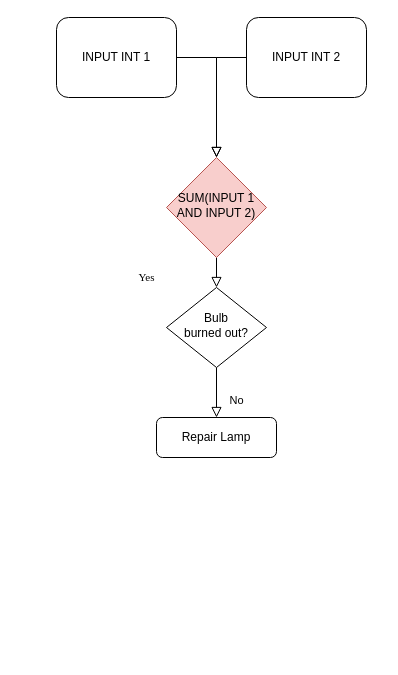
The draw.io diagram Untitled Diagram.drawio in NevercomeG/starts, before the edit. Source tidied: cells renumbered, new cells numbered last; positions are measured from the earlier drawing's top-left corner, leaving out a move shared by most shapes. Both pictures are drawn from the tidied source at 100%, with x=0, y=0 at pixel (56, 17).
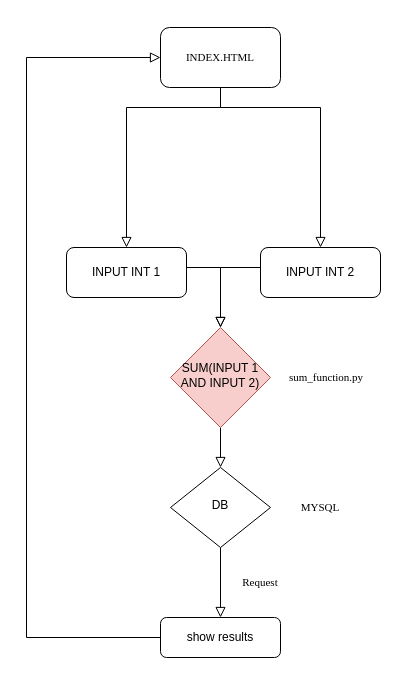
After the change.

The edit, as a diff of the source:
```diff
@@
     <mxCell id="2" style="rounded=0;html=1;jettySize=auto;fontSize=11;endArrow=block;endFill=0;endSize=8;strokeWidth=1;shadow=0;labelBackgroundColor=none;edgeStyle=orthogonalEdgeStyle;" parent="1" edge="1" source="3" target="5">
       <mxGeometry relative="1" as="geometry">
         <Array as="points">
-          <mxPoint x="160" y="110" />
-          <mxPoint x="160" y="110" />
+          <mxPoint x="164" y="250" />
         </Array>
       </mxGeometry>
     </mxCell>
     <mxCell id="3" value="INPUT INT 1" style="rounded=1;whiteSpace=wrap;html=1;fontSize=12;glass=0;strokeWidth=1;shadow=0;" parent="1" vertex="1">
-      <mxGeometry width="120" height="80" as="geometry" />
+      <mxGeometry x="10" y="230" width="120" height="50" as="geometry" />
     </mxCell>
-    <mxCell id="4" value="Yes" style="rounded=0;html=1;jettySize=auto;fontSize=11;endArrow=block;endFill=0;endSize=8;strokeWidth=1;shadow=0;labelBackgroundColor=none;fontFamily=Times New Roman;" parent="1" edge="1" source="5" target="7">
+    <mxCell id="4" style="rounded=0;html=1;jettySize=auto;fontSize=11;endArrow=block;endFill=0;endSize=8;strokeWidth=1;shadow=0;labelBackgroundColor=none;fontFamily=Times New Roman;" parent="1" edge="1" source="5" target="7">
       <mxGeometry x="0.33" y="-70" relative="1" as="geometry" />
     </mxCell>
     <mxCell id="5" value="SUM(INPUT 1 AND INPUT 2)" style="rhombus;whiteSpace=wrap;html=1;shadow=0;fontFamily=Helvetica;fontSize=12;align=center;strokeWidth=1;spacing=6;spacingTop=-4;fillColor=#f8cecc;strokeColor=#b85450;" parent="1" vertex="1">
-      <mxGeometry x="110" y="140" width="100" height="100" as="geometry" />
+      <mxGeometry x="114" y="310" width="100" height="100" as="geometry" />
     </mxCell>
-    <mxCell id="6" value="No" style="rounded=0;html=1;jettySize=auto;fontSize=11;endArrow=block;endFill=0;endSize=8;strokeWidth=1;shadow=0;labelBackgroundColor=none;edgeStyle=orthogonalEdgeStyle;" parent="1" edge="1" source="7" target="8">
+    <mxCell id="6" style="rounded=0;html=1;jettySize=auto;fontSize=11;endArrow=block;endFill=0;endSize=8;strokeWidth=1;shadow=0;labelBackgroundColor=none;edgeStyle=orthogonalEdgeStyle;" parent="1" edge="1" source="7" target="8">
       <mxGeometry x="0.33" y="20" relative="1" as="geometry" />
     </mxCell>
-    <mxCell id="7" value="Bulb&lt;br&gt;burned out?" style="rhombus;whiteSpace=wrap;html=1;shadow=0;fontFamily=Helvetica;fontSize=12;align=center;strokeWidth=1;spacing=6;spacingTop=-4;" parent="1" vertex="1">
-      <mxGeometry x="110" y="270" width="100" height="80" as="geometry" />
+    <mxCell id="7" value="DB" style="rhombus;whiteSpace=wrap;html=1;shadow=0;fontFamily=Helvetica;fontSize=12;align=center;strokeWidth=1;spacing=6;spacingTop=-4;" parent="1" vertex="1">
+      <mxGeometry x="114" y="450" width="100" height="80" as="geometry" />
     </mxCell>
-    <mxCell id="8" value="Repair Lamp" style="rounded=1;whiteSpace=wrap;html=1;fontSize=12;glass=0;strokeWidth=1;shadow=0;" parent="1" vertex="1">
-      <mxGeometry x="100" y="400" width="120" height="40" as="geometry" />
+    <mxCell id="8" value="show results" style="rounded=1;whiteSpace=wrap;html=1;fontSize=12;glass=0;strokeWidth=1;shadow=0;" parent="1" vertex="1">
+      <mxGeometry x="104" y="600" width="120" height="40" as="geometry" />
     </mxCell>
     <mxCell id="9" value="INPUT INT 2" style="rounded=1;whiteSpace=wrap;html=1;fontSize=12;glass=0;strokeWidth=1;shadow=0;" parent="1" vertex="1">
-      <mxGeometry x="190" width="120" height="80" as="geometry" />
+      <mxGeometry x="204" y="230" width="120" height="50" as="geometry" />
     </mxCell>
     <mxCell id="10" style="rounded=0;jettySize=auto;fontSize=11;endArrow=block;endFill=0;endSize=8;strokeWidth=1;shadow=0;labelBackgroundColor=none;edgeStyle=orthogonalEdgeStyle;html=1;" parent="1" edge="1" source="9" target="5">
       <mxGeometry relative="1" as="geometry">
         <Array as="points">
-          <mxPoint x="160" y="40" />
+          <mxPoint x="264" y="250" />
+          <mxPoint x="164" y="250" />
         </Array>
       </mxGeometry>
     </mxCell>
+    <mxCell id="11" value="sum_function.py" style="text;html=1;strokeColor=none;fillColor=none;align=center;verticalAlign=middle;whiteSpace=wrap;rounded=0;fontFamily=Times New Roman;fontSize=11;fontColor=default;" parent="1" vertex="1">
+      <mxGeometry x="240" y="345" width="60" height="30" as="geometry" />
+    </mxCell>
+    <mxCell id="12" value="MYSQL" style="text;html=1;strokeColor=none;fillColor=none;align=center;verticalAlign=middle;whiteSpace=wrap;rounded=0;fontFamily=Times New Roman;fontSize=11;fontColor=default;" parent="1" vertex="1">
+      <mxGeometry x="234" y="475" width="60" height="30" as="geometry" />
+    </mxCell>
+    <mxCell id="13" value="INDEX.HTML" style="rounded=1;whiteSpace=wrap;html=1;fontFamily=Times New Roman;fontSize=11;fontColor=default;" parent="1" vertex="1">
+      <mxGeometry x="104" y="10" width="120" height="60" as="geometry" />
+    </mxCell>
+    <mxCell id="14" style="rounded=0;jettySize=auto;fontSize=11;endArrow=block;endFill=0;endSize=8;strokeWidth=1;shadow=0;labelBackgroundColor=none;edgeStyle=orthogonalEdgeStyle;html=1;exitX=0.5;exitY=1;exitDx=0;exitDy=0;" parent="1" edge="1" source="13" target="3">
+      <mxGeometry relative="1" as="geometry">
+        <Array as="points">
+          <mxPoint x="164" y="90" />
+          <mxPoint x="70" y="90" />
+        </Array>
+      </mxGeometry>
+    </mxCell>
+    <mxCell id="15" style="rounded=0;jettySize=auto;fontSize=11;endArrow=block;endFill=0;endSize=8;strokeWidth=1;shadow=0;labelBackgroundColor=none;edgeStyle=orthogonalEdgeStyle;html=1;exitX=0.5;exitY=1;exitDx=0;exitDy=0;entryX=0.5;entryY=0;entryDx=0;entryDy=0;" parent="1" edge="1" source="13" target="9">
+      <mxGeometry relative="1" as="geometry">
+        <Array as="points">
+          <mxPoint x="164" y="90" />
+          <mxPoint x="264" y="90" />
+        </Array>
+      </mxGeometry>
+    </mxCell>
+    <mxCell id="16" style="rounded=0;jettySize=auto;fontSize=11;endArrow=block;endFill=0;endSize=8;strokeWidth=1;shadow=0;labelBackgroundColor=none;edgeStyle=orthogonalEdgeStyle;html=1;exitX=0;exitY=0.5;exitDx=0;exitDy=0;" parent="1" edge="1" source="8" target="13">
+      <mxGeometry relative="1" as="geometry">
+        <Array as="points">
+          <mxPoint x="-30" y="620" />
+          <mxPoint x="-30" y="40" />
+        </Array>
+      </mxGeometry>
+    </mxCell>
+    <mxCell id="17" value="Request" style="text;html=1;strokeColor=none;fillColor=none;align=center;verticalAlign=middle;whiteSpace=wrap;rounded=0;fontFamily=Times New Roman;fontSize=11;fontColor=default;" parent="1" vertex="1">
+      <mxGeometry x="174" y="550" width="60" height="30" as="geometry" />
+    </mxCell>
```
